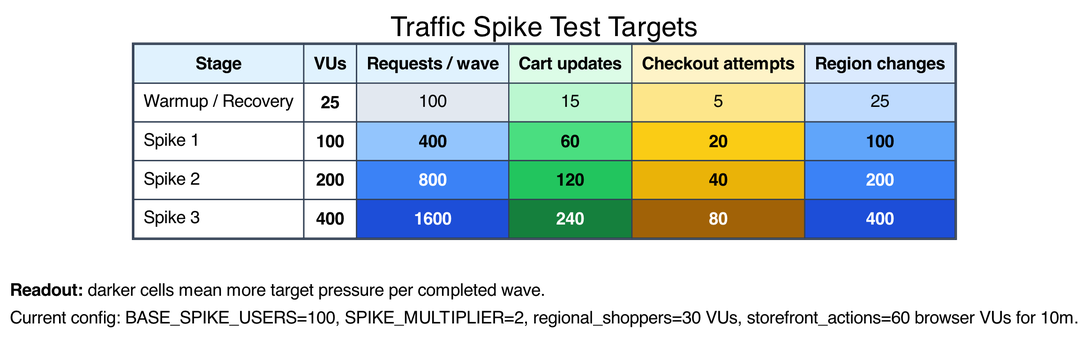
The Graphviz diagram docs/graphviz/traffic-spike-target-heatmap.png in orenlion1/ensemble-retail, before a commit. Its source is kept beside it as docs/graphviz/traffic-spike-target-heatmap.dot.
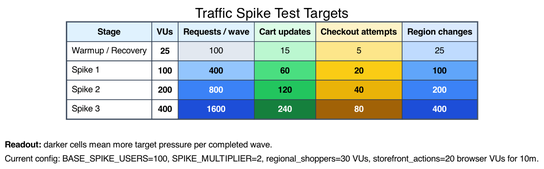
After the commit.

Diff of the diagram source:
```diff
@@ -16,7 +16,7 @@
   target_note [label=<
     <TABLE BORDER="0" CELLBORDER="0" CELLSPACING="0" CELLPADDING="4">
       <TR><TD ALIGN="LEFT"><B>Readout:</B> darker cells mean more target pressure per completed wave.</TD></TR>
-      <TR><TD ALIGN="LEFT">Current config: BASE_SPIKE_USERS=100, SPIKE_MULTIPLIER=2, regional_shoppers=30 VUs, storefront_actions=60 browser VUs for 10m.</TD></TR>
+      <TR><TD ALIGN="LEFT">Current config: BASE_SPIKE_USERS=100, SPIKE_MULTIPLIER=2, regional_shoppers=30 VUs, storefront_actions=20 browser VUs for 10m.</TD></TR>
     </TABLE>
   >];
 
```
